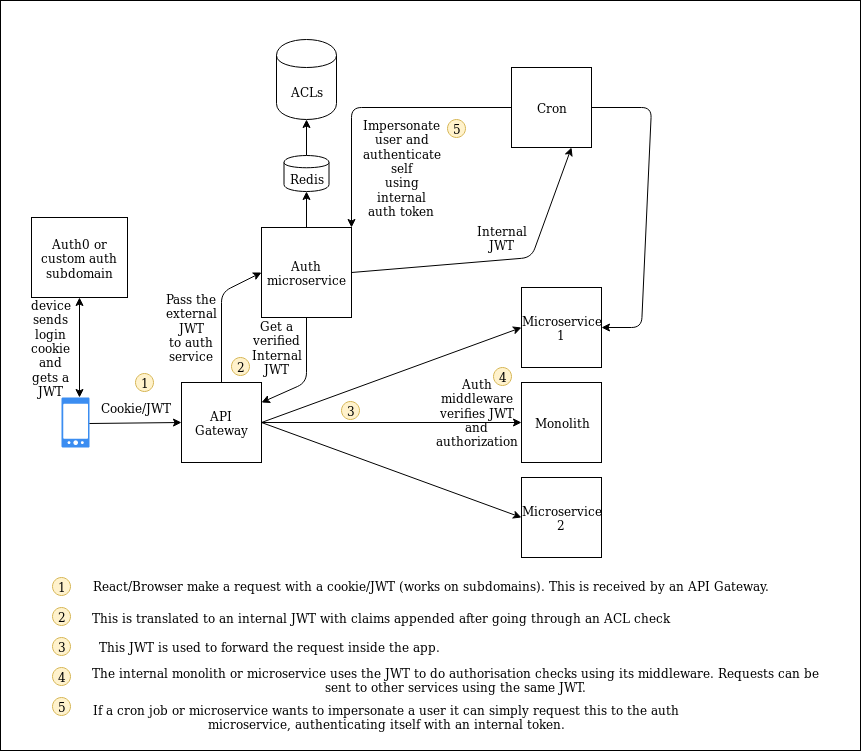
Earlier version of the draw.io export propeller.png (varunnaik/infrastructure-challenge). Source tidied: cells renumbered, new cells last; positions are measured from the earlier drawing's top-left corner, leaving out a move shared by most shapes.
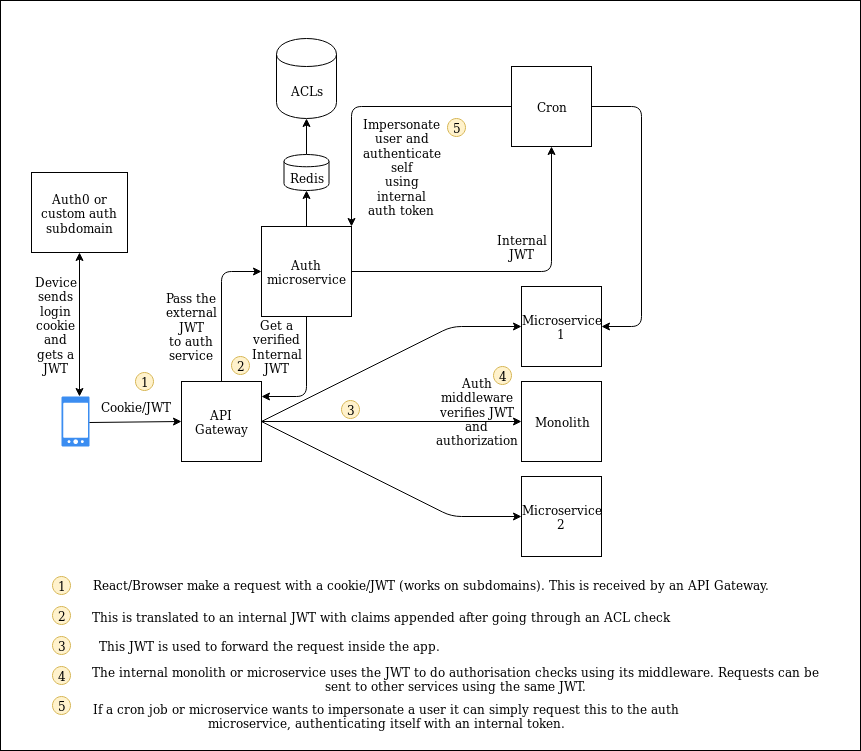
After the commit.

Commit message:
Improve diagram layout

Change to the diagram source:
```diff
@@ -3,7 +3,7 @@
     <mxCell id="0" />
     <mxCell id="1" parent="0" />
     <mxCell id="2" value="&amp;nbsp;" style="rounded=0;whiteSpace=wrap;html=1;fillColor=none;" parent="1" vertex="1">
-      <mxGeometry width="860" height="750" as="geometry" />
+      <mxGeometry y="1" width="860" height="750" as="geometry" />
     </mxCell>
     <mxCell id="3" style="html=1;strokeColor=none;shadow=0;align=center;verticalAlign=top;fillColor=#3B8DF1;shape=mxgraph.gcp2.phone_android;" parent="1" vertex="1">
       <mxGeometry x="61" y="397" width="28" height="50" as="geometry" />
@@ -39,11 +39,18 @@
       <mxGeometry x="521" y="477" width="80" height="80" as="geometry" />
     </mxCell>
     <mxCell id="14" style="endArrow=classic;html=1;entryX=0;entryY=0.5;entryDx=0;entryDy=0;exitX=1;exitY=0.5;exitDx=0;exitDy=0;" parent="1" edge="1" source="4" target="13">
-      <mxGeometry relative="1" as="geometry" />
+      <mxGeometry relative="1" as="geometry">
+        <Array as="points">
+          <mxPoint x="451" y="517" />
+        </Array>
+      </mxGeometry>
     </mxCell>
     <mxCell id="15" style="endArrow=classic;html=1;entryX=0;entryY=0.5;entryDx=0;entryDy=0;" parent="1" edge="1" target="12">
       <mxGeometry relative="1" as="geometry">
         <mxPoint x="261" y="422" as="sourcePoint" />
+        <Array as="points">
+          <mxPoint x="451" y="327" />
+        </Array>
       </mxGeometry>
     </mxCell>
     <mxCell id="16" value="&lt;div&gt;Pass the external JWT&lt;/div&gt;&lt;div&gt;to auth&lt;/div&gt;&lt;div&gt;service&lt;br&gt;&lt;/div&gt;" style="text;html=1;strokeColor=none;fillColor=none;align=center;verticalAlign=middle;whiteSpace=wrap;rounded=0;" parent="1" vertex="1">
@@ -52,14 +59,15 @@
     <mxCell id="17" style="endArrow=classic;html=1;exitX=0.5;exitY=0;exitDx=0;exitDy=0;entryX=0;entryY=0.5;entryDx=0;entryDy=0;" parent="1" edge="1" source="4" target="7">
       <mxGeometry relative="1" as="geometry">
         <Array as="points">
-          <mxPoint x="221" y="292" />
+          <mxPoint x="221" y="272" />
         </Array>
       </mxGeometry>
     </mxCell>
-    <mxCell id="18" style="endArrow=classic;html=1;exitX=0.5;exitY=1;exitDx=0;exitDy=0;entryX=1;entryY=0.25;entryDx=0;entryDy=0;" parent="1" edge="1" source="7" target="4">
+    <mxCell id="18" style="endArrow=classic;html=1;exitX=0.5;exitY=1;exitDx=0;exitDy=0;" parent="1" edge="1" source="7">
       <mxGeometry relative="1" as="geometry">
+        <mxPoint x="261" y="397" as="targetPoint" />
         <Array as="points">
-          <mxPoint x="306" y="382" />
+          <mxPoint x="306" y="397" />
         </Array>
       </mxGeometry>
     </mxCell>
@@ -80,20 +88,20 @@
     <mxCell id="22" value="&lt;div&gt;Impersonate&lt;/div&gt;&lt;div&gt;user and authenticate self&lt;/div&gt;&lt;div&gt; using internal auth token&lt;br&gt;&lt;/div&gt;" style="text;html=1;strokeColor=none;fillColor=none;align=center;verticalAlign=middle;whiteSpace=wrap;rounded=0;" parent="1" vertex="1">
       <mxGeometry x="381" y="157" width="40" height="20" as="geometry" />
     </mxCell>
-    <mxCell id="23" style="endArrow=classic;html=1;entryX=0.75;entryY=1;entryDx=0;entryDy=0;exitX=1;exitY=0.5;exitDx=0;exitDy=0;" parent="1" edge="1" source="7" target="20">
+    <mxCell id="23" style="endArrow=classic;html=1;entryX=0.5;entryY=1;entryDx=0;entryDy=0;exitX=1;exitY=0.5;exitDx=0;exitDy=0;" parent="1" edge="1" source="7" target="20">
       <mxGeometry relative="1" as="geometry">
         <Array as="points">
-          <mxPoint x="531" y="257" />
+          <mxPoint x="551" y="272" />
         </Array>
       </mxGeometry>
     </mxCell>
     <mxCell id="24" value="&lt;div&gt;Internal&lt;/div&gt;&lt;div&gt;JWT&lt;br&gt;&lt;/div&gt;" style="text;html=1;strokeColor=none;fillColor=none;align=center;verticalAlign=middle;whiteSpace=wrap;rounded=0;" parent="1" vertex="1">
-      <mxGeometry x="481" y="227" width="40" height="20" as="geometry" />
+      <mxGeometry x="501" y="237" width="40" height="20" as="geometry" />
     </mxCell>
     <mxCell id="25" style="endArrow=classic;html=1;exitX=1;exitY=0.5;exitDx=0;exitDy=0;entryX=1;entryY=0.5;entryDx=0;entryDy=0;" parent="1" edge="1" source="20" target="12">
       <mxGeometry relative="1" as="geometry">
         <Array as="points">
-          <mxPoint x="651" y="107" />
+          <mxPoint x="641" y="107" />
           <mxPoint x="641" y="327" />
         </Array>
       </mxGeometry>
@@ -150,10 +158,10 @@
       <mxGeometry relative="1" as="geometry" />
     </mxCell>
     <mxCell id="43" value="Auth0 or custom auth subdomain" style="rounded=0;whiteSpace=wrap;html=1;fillColor=#ffffff;" parent="1" vertex="1">
-      <mxGeometry x="31" y="217" width="96" height="80" as="geometry" />
+      <mxGeometry x="31" y="173" width="96" height="80" as="geometry" />
     </mxCell>
-    <mxCell id="44" value="device sends login cookie and gets a JWT" style="text;html=1;strokeColor=none;fillColor=none;align=center;verticalAlign=middle;whiteSpace=wrap;rounded=0;" parent="1" vertex="1">
-      <mxGeometry x="30" y="337" width="40" height="20" as="geometry" />
+    <mxCell id="44" value="&lt;div&gt;Device sends login cookie and gets a JWT&lt;/div&gt;" style="text;html=1;strokeColor=none;fillColor=none;align=center;verticalAlign=middle;whiteSpace=wrap;rounded=0;" parent="1" vertex="1">
+      <mxGeometry x="35" y="315" width="40" height="20" as="geometry" />
     </mxCell>
     <mxCell id="45" style="endArrow=classic;startArrow=classic;html=1;entryX=0.5;entryY=1;entryDx=0;entryDy=0;" parent="1" edge="1" target="43">
       <mxGeometry relative="1" as="geometry">
```
